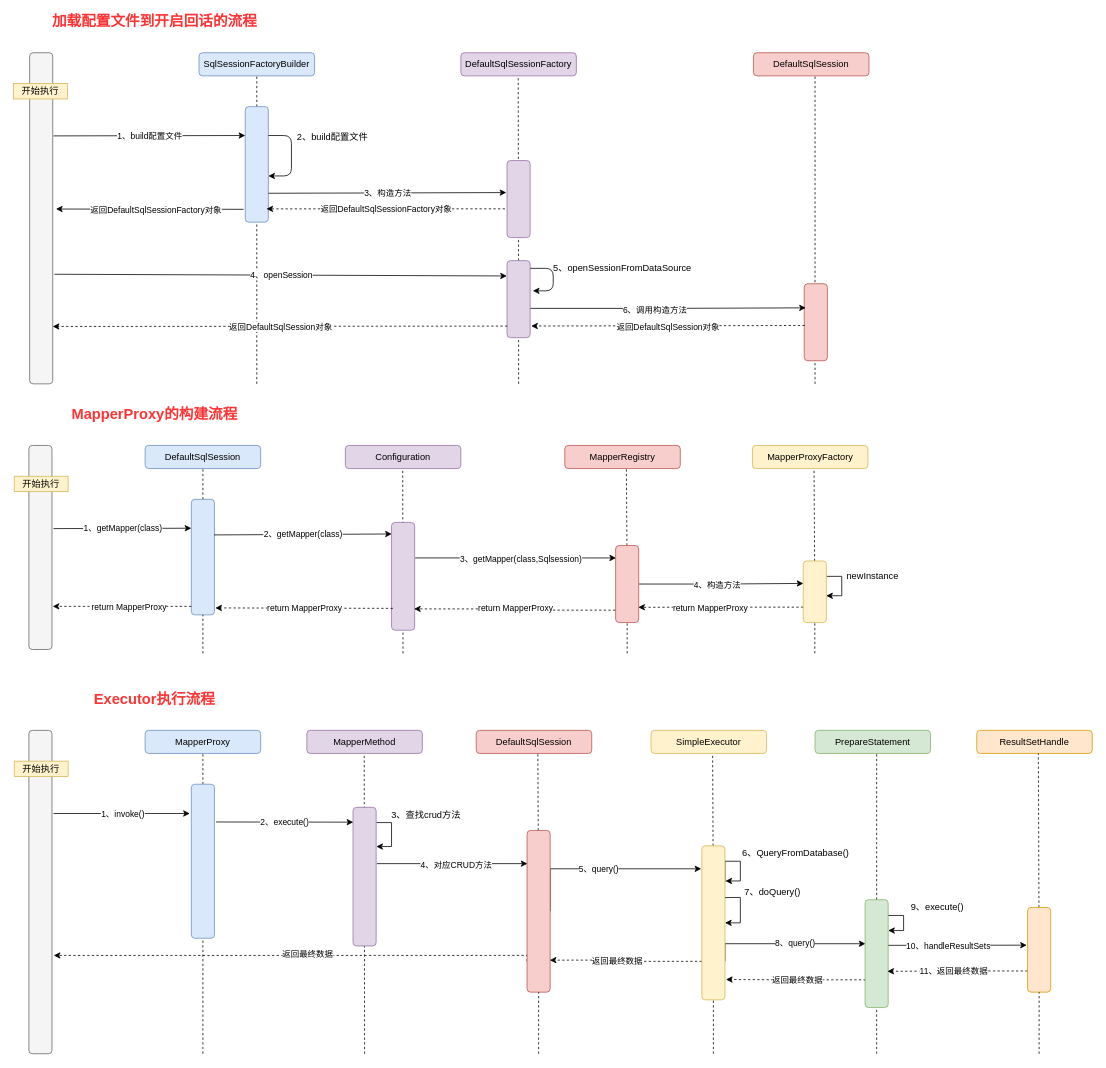
Before: 未命名绘图.drawio in zhangxrxyy/draw, a draw.io diagram. Source tidied: cells renumbered, new cells numbered last; positions are measured from the earlier drawing's top-left corner, leaving out a move shared by most shapes. Both pictures are drawn from the tidied source at 77%, with x=0, y=0 at pixel (13, 14).
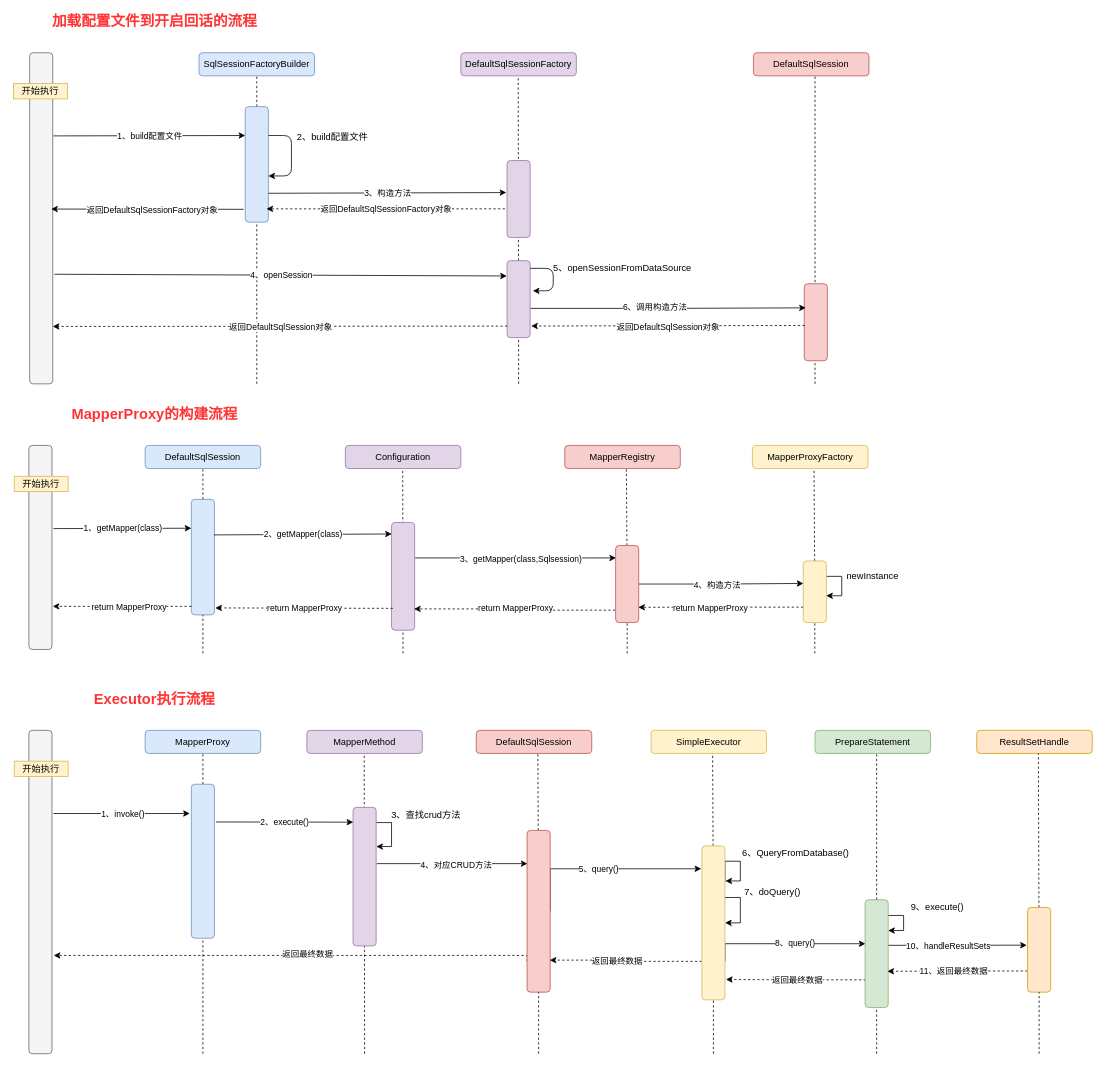
Above is the later version.

The change refers to these unchanged cells:
```xml
<mxCell id="3" style="rounded=1;whiteSpace=wrap;html=1;fillColor=#f5f5f5;strokeColor=#666666;fontColor=#333333;" parent="1" vertex="1">
  <mxGeometry x="21" y="50" width="30" height="430" as="geometry" />
</mxCell>
<mxCell id="11" style="rounded=1;whiteSpace=wrap;html=1;fillColor=#dae8fc;strokeColor=#6c8ebf;" parent="1" vertex="1">
  <mxGeometry x="301" y="120" width="30" height="150" as="geometry" />
</mxCell>
<mxCell id="25" style="edgeStyle=orthogonalEdgeStyle;rounded=0;orthogonalLoop=1;jettySize=auto;html=1;exitX=1;exitY=0.75;exitDx=0;exitDy=0;entryX=0.067;entryY=0.443;entryDx=0;entryDy=0;entryPerimeter=0;strokeWidth=1;" parent="1" edge="1">
  <mxGeometry relative="1" as="geometry">
    <mxPoint x="671" y="382" as="sourcePoint" />
    <mxPoint x="1029" y="381.3" as="targetPoint" />
    <Array as="points">
      <mxPoint x="850" y="382" />
      <mxPoint x="850" y="381" />
    </Array>
  </mxGeometry>
</mxCell>
```

Change to the diagram source:
```diff
@@
-    <mxCell id="23" style="endArrow=classic;html=1;exitX=-0.071;exitY=0.889;exitDx=0;exitDy=0;exitPerimeter=0;entryX=1.14;entryY=0.472;entryDx=0;entryDy=0;entryPerimeter=0;" parent="1" edge="1" source="11" target="3">
-      <mxGeometry relative="1" as="geometry" />
+    <mxCell id="23" style="endArrow=classic;html=1;exitX=-0.071;exitY=0.889;exitDx=0;exitDy=0;exitPerimeter=0;" parent="1" edge="1" source="11">
+      <mxGeometry relative="1" as="geometry">
+        <mxPoint x="49" y="253" as="targetPoint" />
+      </mxGeometry>
     </mxCell>
     <mxCell id="24" value="返回DefaultSqlSessionFactory对象" style="edgeLabel;html=1;align=center;verticalAlign=middle;" parent="23" vertex="1">
       <mxGeometry relative="1" as="geometry">
-        <mxPoint x="8.1" as="offset" />
+        <mxPoint x="6.1" as="offset" />
       </mxGeometry>
     </mxCell>
@@
     <mxCell id="26" value="6、调用构造方法" style="edgeLabel;html=1;align=center;verticalAlign=middle;" parent="25" vertex="1">
-      <mxGeometry x="-0.1" y="-1" relative="1" as="geometry" />
+      <mxGeometry x="-0.1" y="-1" relative="1" as="geometry">
+        <mxPoint y="-3" as="offset" />
+      </mxGeometry>
     </mxCell>
```
